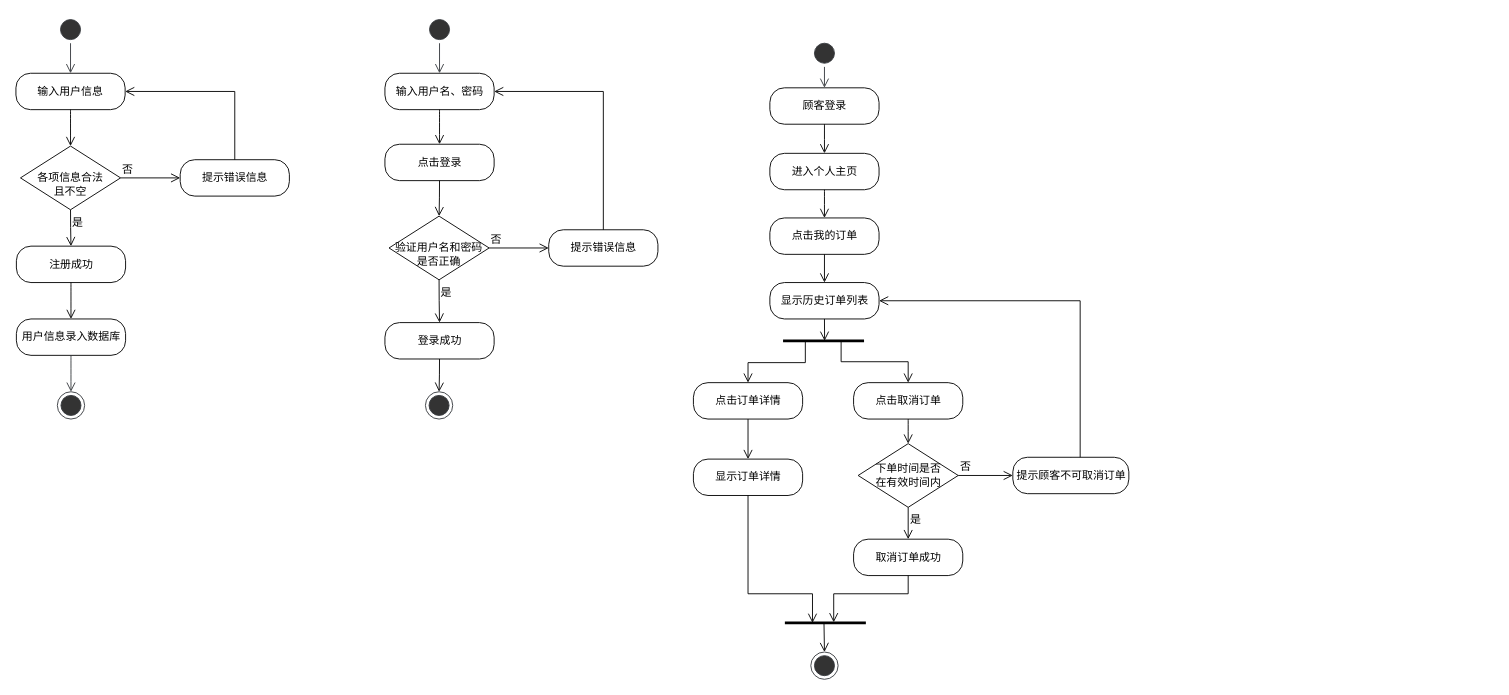
Earlier version of the draw.io diagram 数据库子功能流程图.drawio (guokaichina/database-ER). Source tidied: cells renumbered, new cells numbered last; positions are measured from the earlier drawing's top-left corner, leaving out a move shared by most shapes. Both pictures are drawn from the tidied source at 91%, with x=0, y=0 at pixel (15, 15).
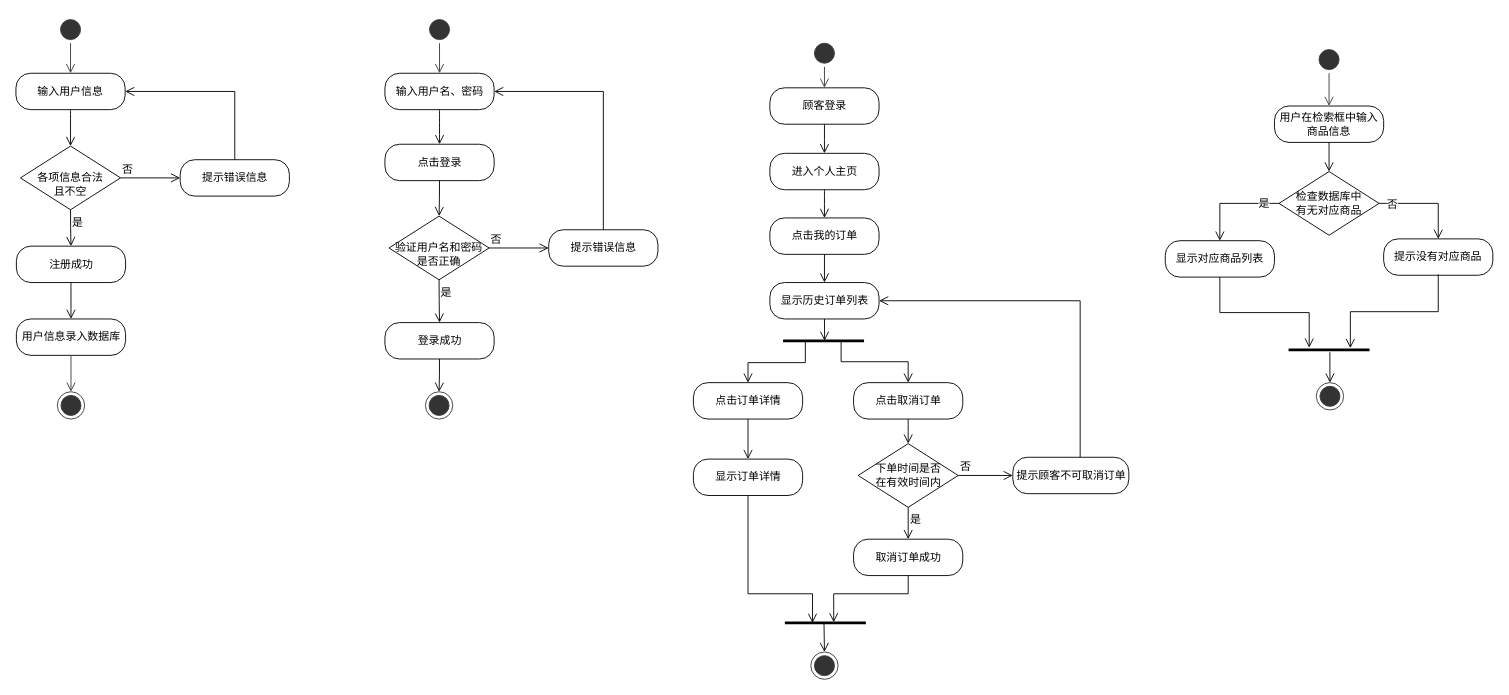
Above is the later version.

Commit message (it also covers changes not shown here):
更新数据库子功能流程图.drawio

Diff of the diagram source:
```diff
@@
+    <mxCell id="59" style="html=1;verticalAlign=bottom;endArrow=open;endSize=8;rounded=0;targetPerimeterSpacing=8;entryX=0.5;entryY=0;entryDx=0;entryDy=0;fontStyle=0;fontSize=12;startArrow=none;exitX=0.5;exitY=1;exitDx=0;exitDy=0;fillColor=#eeeeee;strokeColor=#36393d;" parent="1" edge="1" source="68" target="60">
+      <mxGeometry relative="1" as="geometry" />
+    </mxCell>
+    <mxCell id="60" value="用户在检索框中输入商品信息" style="rounded=1;whiteSpace=wrap;html=1;arcSize=40;fontStyle=0;fontSize=12;" parent="1" vertex="1">
+      <mxGeometry x="1383" y="99" width="120" height="40" as="geometry" />
+    </mxCell>
+    <mxCell id="61" value="检查数据库中&lt;br&gt;有无对应商品" style="rhombus;whiteSpace=wrap;html=1;fontStyle=0;fontSize=12;" parent="1" vertex="1">
+      <mxGeometry x="1388" y="171" width="110" height="70" as="geometry" />
+    </mxCell>
+    <mxCell id="62" value="否" style="html=1;align=left;verticalAlign=bottom;endArrow=open;endSize=8;rounded=0;sourcePerimeterSpacing=8;targetPerimeterSpacing=8;exitX=1;exitY=0.5;exitDx=0;exitDy=0;entryX=0.5;entryY=0;entryDx=0;entryDy=0;fontStyle=0;fontSize=12;edgeStyle=orthogonalEdgeStyle;" parent="1" edge="1" source="61" target="65">
+      <mxGeometry x="-0.87" y="-11" relative="1" as="geometry" />
+    </mxCell>
+    <mxCell id="63" value="是" style="edgeStyle=orthogonalEdgeStyle;html=1;align=left;verticalAlign=top;endArrow=open;endSize=8;rounded=0;sourcePerimeterSpacing=8;targetPerimeterSpacing=8;exitX=0;exitY=0.5;exitDx=0;exitDy=0;fontStyle=0;fontSize=12;entryX=0.5;entryY=0;entryDx=0;entryDy=0;" parent="1" edge="1" source="61" target="70">
+      <mxGeometry x="-0.55" y="-14" relative="1" as="geometry" />
+    </mxCell>
+    <mxCell id="64" style="html=1;verticalAlign=bottom;endArrow=open;endSize=8;rounded=0;sourcePerimeterSpacing=8;targetPerimeterSpacing=8;exitX=0.51;exitY=0.819;exitDx=0;exitDy=0;fontStyle=0;fontSize=12;exitPerimeter=0;entryX=0.5;entryY=0;entryDx=0;entryDy=0;" parent="1" edge="1" source="72" target="67">
+      <mxGeometry relative="1" as="geometry" />
+    </mxCell>
+    <mxCell id="65" value="提示没有对应商品" style="rounded=1;whiteSpace=wrap;html=1;arcSize=40;fontStyle=0;fontSize=12;" parent="1" vertex="1">
+      <mxGeometry x="1503" y="245" width="120" height="40" as="geometry" />
+    </mxCell>
+    <mxCell id="66" style="html=1;verticalAlign=bottom;endArrow=open;endSize=8;rounded=0;sourcePerimeterSpacing=8;targetPerimeterSpacing=8;exitX=0.5;exitY=1;exitDx=0;exitDy=0;fontStyle=0;fontSize=12;entryX=0.763;entryY=0.384;entryDx=0;entryDy=0;entryPerimeter=0;edgeStyle=elbowEdgeStyle;elbow=vertical;" parent="1" edge="1">
+      <mxGeometry relative="1" as="geometry">
+        <mxPoint x="1563" y="284" as="sourcePoint" />
+        <mxPoint x="1466.4" y="365.1" as="targetPoint" />
+        <Array as="points">
+          <mxPoint x="1464" y="325" />
+          <mxPoint x="1463" y="325" />
+          <mxPoint x="1477" y="325" />
+        </Array>
+      </mxGeometry>
+    </mxCell>
+    <mxCell id="67" style="ellipse;html=1;shape=endState;fillColor=#333333;strokeColor=#36393d;" parent="1" vertex="1">
+      <mxGeometry x="1429" y="403" width="30" height="30" as="geometry" />
+    </mxCell>
+    <mxCell id="68" style="ellipse;html=1;shape=startState;fillColor=#333333;strokeColor=#36393d;" parent="1" vertex="1">
+      <mxGeometry x="1428" y="33" width="30" height="30" as="geometry" />
+    </mxCell>
+    <mxCell id="69" style="edgeStyle=orthogonalEdgeStyle;html=1;verticalAlign=bottom;endArrow=open;endSize=8;rounded=0;sourcePerimeterSpacing=8;targetPerimeterSpacing=8;curved=1;exitX=0.5;exitY=1;exitDx=0;exitDy=0;entryX=0.5;entryY=0;entryDx=0;entryDy=0;fontStyle=0;fontSize=12;" parent="1" edge="1" source="60" target="61">
+      <mxGeometry relative="1" as="geometry" />
+    </mxCell>
+    <mxCell id="70" value="显示对应商品列表" style="rounded=1;whiteSpace=wrap;html=1;arcSize=40;fontStyle=0;fontSize=12;" parent="1" vertex="1">
+      <mxGeometry x="1263" y="247" width="120" height="40" as="geometry" />
+    </mxCell>
+    <mxCell id="71" style="html=1;verticalAlign=bottom;endArrow=open;endSize=8;rounded=0;sourcePerimeterSpacing=8;targetPerimeterSpacing=8;exitX=0.5;exitY=1;exitDx=0;exitDy=0;fontStyle=0;fontSize=12;entryX=0.255;entryY=0.199;entryDx=0;entryDy=0;entryPerimeter=0;edgeStyle=elbowEdgeStyle;elbow=vertical;" parent="1" edge="1" source="70" target="72">
+      <mxGeometry relative="1" as="geometry" />
+    </mxCell>
+    <mxCell id="72" style="line;strokeWidth=3;fillColor=none;align=left;verticalAlign=middle;spacingTop=-1;spacingLeft=3;spacingRight=3;labelPosition=right;points=[];portConstraint=eastwest;strokeColor=inherit;fontSize=12;" parent="1" vertex="1">
+      <mxGeometry x="1398.5" y="363" width="89" height="8" as="geometry" />
+    </mxCell>
```
